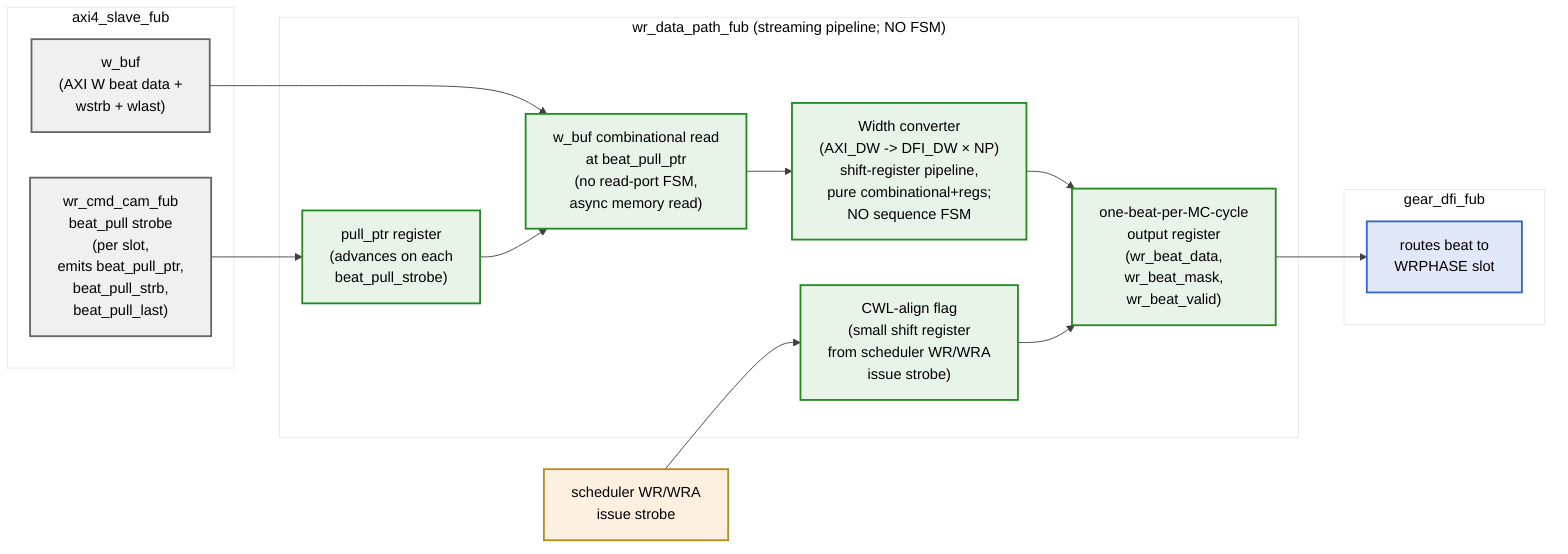
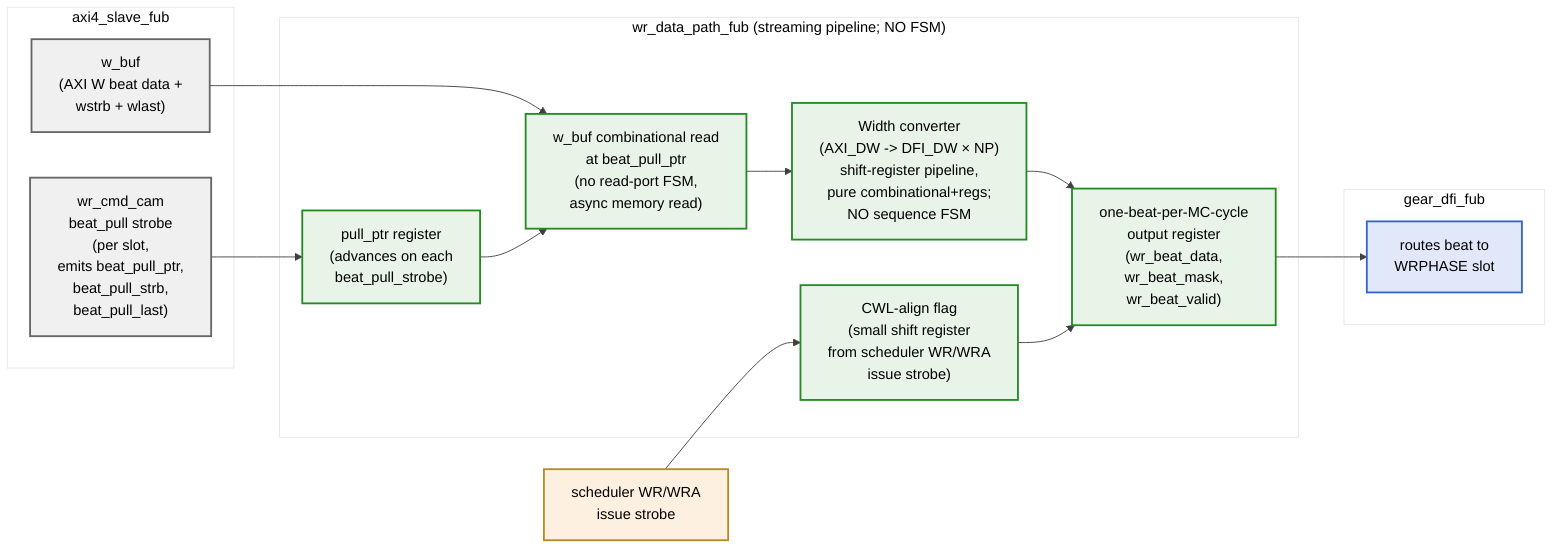
%%{init: {'theme': 'base', 'themeVariables': { 'primaryColor': '#e8f4e8', 'primaryTextColor': '#000', 'primaryBorderColor': '#228B22', 'lineColor': '#404040', 'secondaryColor': '#f0f0f0', 'tertiaryColor': '#fff'}}}%%
flowchart LR
    subgraph AXI["axi4_slave_fub"]
        w_buf["w_buf<br/>(AXI W beat data +<br/> wstrb + wlast)"]
-         wr_cam["wr_cmd_cam_fub<br/>beat_pull strobe<br/>(per slot,<br/> emits beat_pull_ptr,<br/> beat_pull_strb,<br/> beat_pull_last)"]
+         wr_cam["wr_cmd_cam<br/>beat_pull strobe<br/>(per slot,<br/> emits beat_pull_ptr,<br/> beat_pull_strb,<br/> beat_pull_last)"]
    end

    subgraph WRP["wr_data_path_fub (streaming pipeline; NO FSM)"]
        pull_ptr["pull_ptr register<br/>(advances on each<br/> beat_pull_strobe)"]
        wbuf_read["w_buf combinational read<br/>at beat_pull_ptr<br/>(no read-port FSM,<br/> async memory read)"]
        width_conv["Width converter<br/>(AXI_DW -> DFI_DW × NP)<br/>shift-register pipeline,<br/> pure combinational+regs;<br/> NO sequence FSM"]
        beat_align["CWL-align flag<br/>(small shift register<br/> from scheduler WR/WRA<br/> issue strobe)"]
        beat_pipe["one-beat-per-MC-cycle<br/>output register<br/>(wr_beat_data,<br/> wr_beat_mask,<br/> wr_beat_valid)"]
    end

    subgraph GEAR["gear_dfi_fub"]
        wr_lane["routes beat to<br/>WRPHASE slot"]
    end

    sched_strb["scheduler WR/WRA<br/>issue strobe"]

    sched_strb --> beat_align
    w_buf --> wbuf_read
    wr_cam --> pull_ptr
    pull_ptr --> wbuf_read
    wbuf_read --> width_conv
    width_conv --> beat_pipe
    beat_align --> beat_pipe
    beat_pipe --> wr_lane

    classDef axiblock fill:#f0f0f0,stroke:#666666,stroke-width:2px
    classDef wrpblock fill:#e8f4e8,stroke:#228B22,stroke-width:2px
    classDef gearblock fill:#e0e8fa,stroke:#3366CC,stroke-width:2px
    classDef cmdblock fill:#fef0e0,stroke:#B88B22,stroke-width:2px

    class w_buf,wr_cam axiblock
    class pull_ptr,wbuf_read,width_conv,beat_align,beat_pipe wrpblock
    class wr_lane gearblock
    class sched_strb cmdblock
